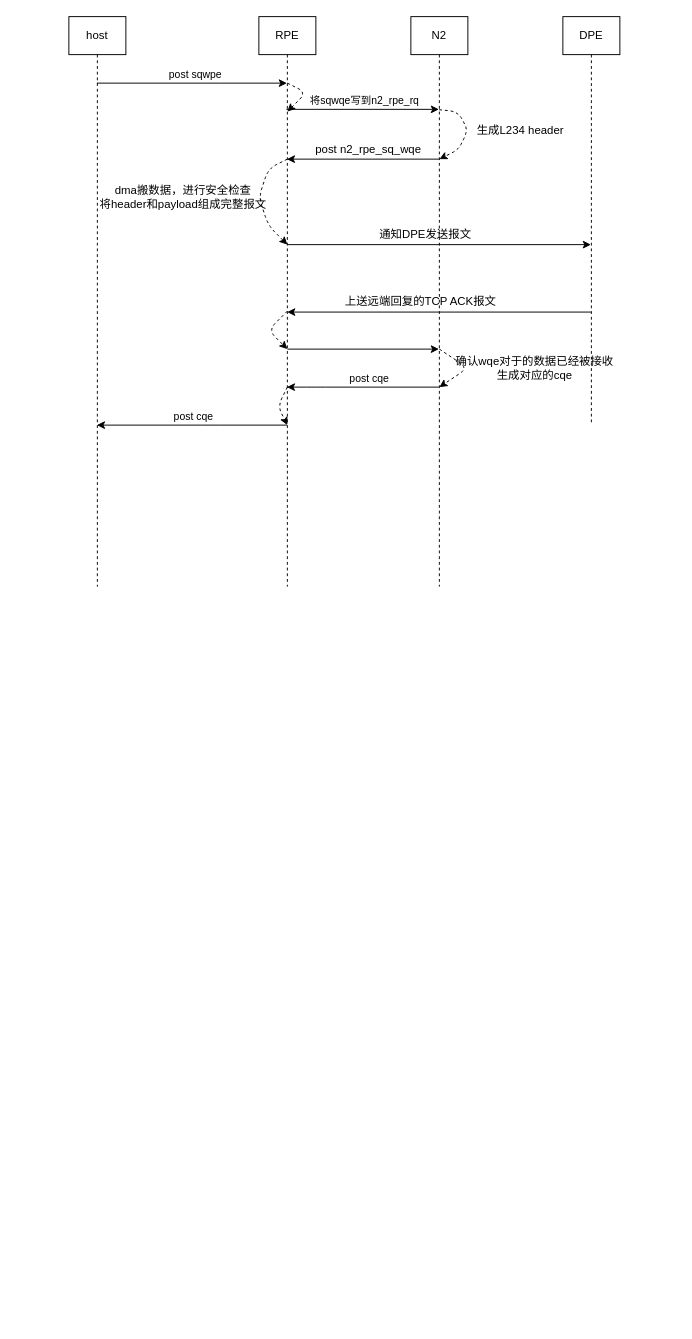
The draw.io diagram Untitled Diagram.drawio in huazhongtan/nvim_config, before the edit. Source tidied: cells renumbered, new cells numbered last; positions are measured from the earlier drawing's top-left corner, leaving out a move shared by most shapes. Both pictures are drawn from the tidied source at 95%, with x=0, y=0 at pixel (68, 16).
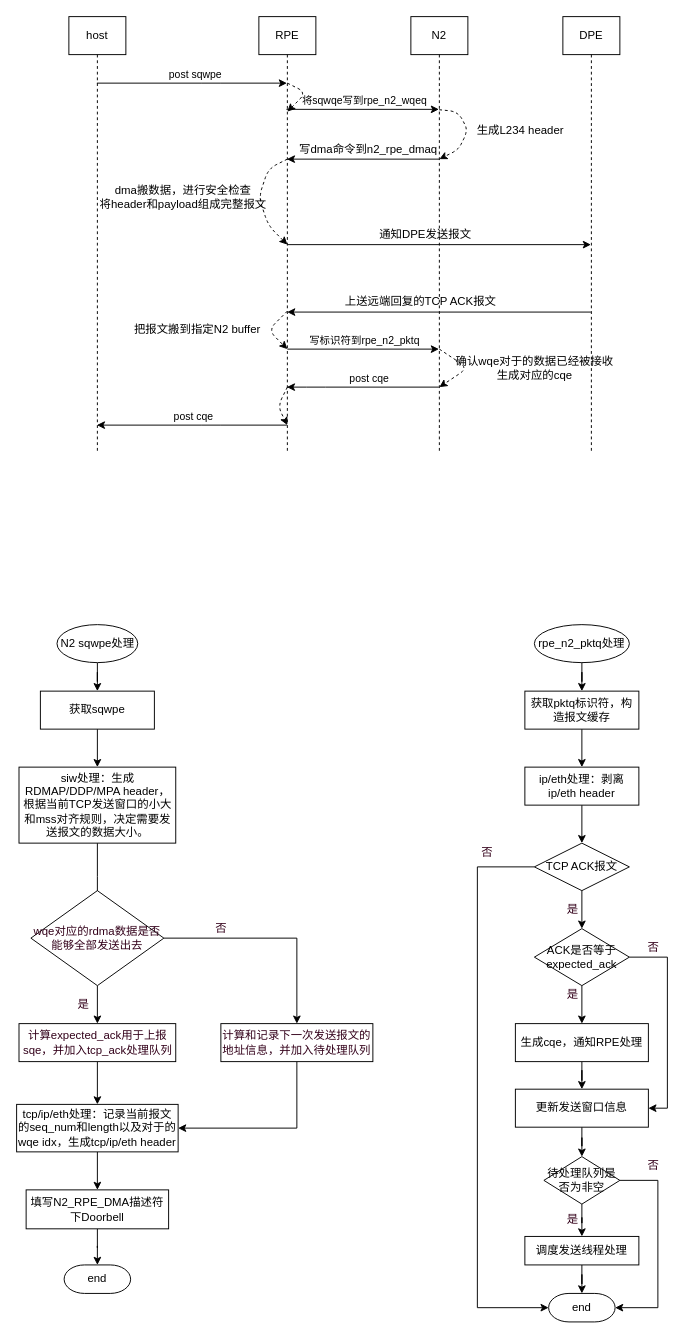
The same diagram, later.

Commit message:
iwarp flow 02

Unchanged cells that the change refers to:
```xml
<mxCell id="9" style="endArrow=classic;html=1;exitX=0.483;exitY=0.096;exitDx=0;exitDy=0;exitPerimeter=0;" parent="1" edge="1">
  <mxGeometry relative="1" as="geometry">
    <mxPoint x="229" y="97.6" as="sourcePoint" />
    <mxPoint x="389.5" y="97.6" as="targetPoint" />
  </mxGeometry>
</mxCell>
<mxCell id="23" style="endArrow=classic;html=1;" parent="1" edge="1">
  <mxGeometry relative="1" as="geometry">
    <mxPoint x="230" y="350" as="sourcePoint" />
    <mxPoint x="389.5" y="350" as="targetPoint" />
  </mxGeometry>
</mxCell>
```

Diff of the diagram source:
```diff
@@
     <mxCell id="2" value="host" style="shape=umlLifeline;perimeter=lifelinePerimeter;whiteSpace=wrap;html=1;outlineConnect=0;" parent="1" vertex="1">
-      <mxGeometry width="60" height="600" as="geometry" />
+      <mxGeometry width="60" height="460" as="geometry" />
     </mxCell>
     <mxCell id="3" value="RPE" style="shape=umlLifeline;perimeter=lifelinePerimeter;whiteSpace=wrap;html=1;outlineConnect=0;" parent="1" vertex="1">
-      <mxGeometry x="200" width="60" height="600" as="geometry" />
+      <mxGeometry x="200" width="60" height="460" as="geometry" />
     </mxCell>
@@
     <mxCell id="5" value="N2" style="shape=umlLifeline;perimeter=lifelinePerimeter;whiteSpace=wrap;html=1;outlineConnect=0;" parent="1" vertex="1">
-      <mxGeometry x="360" width="60" height="600" as="geometry" />
+      <mxGeometry x="360" width="60" height="460" as="geometry" />
     </mxCell>
@@
-    <mxCell id="10" value="将sqwqe写到n2_rpe_rq" style="edgeLabel;html=1;align=center;verticalAlign=middle;" parent="9" vertex="1">
+    <mxCell id="10" value="将sqwqe写到rpe_n2_wqeq" style="edgeLabel;html=1;align=center;verticalAlign=middle;" parent="9" vertex="1">
       <mxGeometry x="-0.21" relative="1" as="geometry">
         <mxPoint x="18" y="-9" as="offset" />
       </mxGeometry>
     </mxCell>
     <mxCell id="11" value="DPE" style="shape=umlLifeline;perimeter=lifelinePerimeter;whiteSpace=wrap;html=1;outlineConnect=0;" parent="1" vertex="1">
-      <mxGeometry x="520" width="60" height="430" as="geometry" />
+      <mxGeometry x="520" width="60" height="460" as="geometry" />
     </mxCell>
@@
-    <mxCell id="16" value="post n2_rpe_sq_wqe" style="text;html=1;align=center;verticalAlign=middle;strokeColor=none;" parent="1" vertex="1">
-      <mxGeometry x="250" y="130" width="130" height="20" as="geometry" />
+    <mxCell id="16" value="写dma命令到n2_rpe_dmaq" style="text;html=1;align=center;verticalAlign=middle;strokeColor=none;" parent="1" vertex="1">
+      <mxGeometry x="235" y="130" width="160" height="20" as="geometry" />
     </mxCell>
@@
+    <mxCell id="32" value="写标识符到rpe_n2_pktq" style="edgeLabel;html=1;align=center;verticalAlign=middle;" parent="23" vertex="1">
+      <mxGeometry x="-0.39" y="1" relative="1" as="geometry">
+        <mxPoint x="31" y="-9" as="offset" />
+      </mxGeometry>
+    </mxCell>
@@
+    <mxCell id="33" value="把报文搬到指定N2 buffer" style="text;html=1;align=center;verticalAlign=middle;strokeColor=none;" parent="1" vertex="1">
+      <mxGeometry x="60" y="320" width="150" height="20" as="geometry" />
+    </mxCell>
+    <mxCell id="34" style="edgeStyle=orthogonalEdgeStyle;rounded=0;jettySize=auto;html=1;strokeWidth=1;" parent="1" edge="1" source="35" target="37">
+      <mxGeometry relative="1" as="geometry" />
+    </mxCell>
+    <mxCell id="35" value="N2 sqwpe处理" style="strokeWidth=1;html=1;shape=mxgraph.flowchart.start_1;whiteSpace=wrap;" parent="1" vertex="1">
+      <mxGeometry x="-12.5" y="640" width="85" height="40" as="geometry" />
+    </mxCell>
+    <mxCell id="36" style="edgeStyle=orthogonalEdgeStyle;rounded=0;jettySize=auto;html=1;strokeWidth=1;" parent="1" edge="1" source="37" target="39">
+      <mxGeometry relative="1" as="geometry" />
+    </mxCell>
+    <mxCell id="37" value="获取sqwpe" style="rounded=0;whiteSpace=wrap;html=1;absoluteArcSize=1;arcSize=14;strokeWidth=1;align=center;" parent="1" vertex="1">
+      <mxGeometry x="-30" y="710" width="120" height="40" as="geometry" />
+    </mxCell>
+    <mxCell id="38" style="edgeStyle=orthogonalEdgeStyle;rounded=0;jettySize=auto;html=1;strokeWidth=1;" parent="1" edge="1" source="39">
+      <mxGeometry relative="1" as="geometry">
+        <mxPoint x="30" y="940" as="targetPoint" />
+      </mxGeometry>
+    </mxCell>
+    <mxCell id="39" value="siw处理：生成RDMAP/DDP/MPA header，根据当前TCP发送窗口的小大和mss对齐规则，决定需要发送报文的数据大小。" style="rounded=0;whiteSpace=wrap;html=1;absoluteArcSize=1;arcSize=14;strokeWidth=1;align=center;" parent="1" vertex="1">
+      <mxGeometry x="-52.5" y="790" width="165" height="80" as="geometry" />
+    </mxCell>
+    <mxCell id="40" style="edgeStyle=orthogonalEdgeStyle;rounded=0;jettySize=auto;html=1;strokeWidth=1;" parent="1" edge="1" source="41" target="43">
+      <mxGeometry relative="1" as="geometry" />
+    </mxCell>
+    <mxCell id="41" value="tcp/ip/eth处理：记录当前报文的seq_num和length以及对于的wqe idx，生成tcp/ip/eth header" style="rounded=0;whiteSpace=wrap;html=1;absoluteArcSize=1;arcSize=14;strokeWidth=1;align=center;" parent="1" vertex="1">
+      <mxGeometry x="-55" y="1145" width="170" height="50" as="geometry" />
+    </mxCell>
+    <mxCell id="42" style="edgeStyle=orthogonalEdgeStyle;rounded=0;jettySize=auto;html=1;strokeWidth=1;" parent="1" edge="1" source="43" target="44">
+      <mxGeometry relative="1" as="geometry" />
+    </mxCell>
+    <mxCell id="43" value="填写N2_RPE_DMA描述符&lt;br&gt;下Doorbell" style="rounded=0;whiteSpace=wrap;html=1;absoluteArcSize=1;arcSize=14;strokeWidth=1;align=center;" parent="1" vertex="1">
+      <mxGeometry x="-45" y="1235" width="150" height="41" as="geometry" />
+    </mxCell>
+    <mxCell id="44" value="end" style="strokeWidth=1;html=1;shape=mxgraph.flowchart.terminator;whiteSpace=wrap;align=center;" parent="1" vertex="1">
+      <mxGeometry x="-5" y="1314" width="70" height="30" as="geometry" />
+    </mxCell>
+    <mxCell id="45" style="edgeStyle=orthogonalEdgeStyle;rounded=0;jettySize=auto;html=1;fontColor=#33001A;strokeWidth=1;" parent="1" edge="1" source="46" target="57">
+      <mxGeometry relative="1" as="geometry" />
+    </mxCell>
+    <mxCell id="46" value="rpe_n2_pktq处理" style="strokeWidth=1;html=1;shape=mxgraph.flowchart.start_1;whiteSpace=wrap;align=center;" parent="1" vertex="1">
+      <mxGeometry x="490" y="640" width="100" height="40" as="geometry" />
+    </mxCell>
+    <mxCell id="47" style="edgeStyle=orthogonalEdgeStyle;rounded=0;jettySize=auto;html=1;fontColor=#33001A;strokeWidth=1;exitX=0.5;exitY=1;exitDx=0;exitDy=0;exitPerimeter=0;" parent="1" edge="1" source="49" target="51">
+      <mxGeometry relative="1" as="geometry" />
+    </mxCell>
+    <mxCell id="48" style="edgeStyle=orthogonalEdgeStyle;rounded=0;jettySize=auto;html=1;fontColor=#33001A;entryX=0.5;entryY=0;entryDx=0;entryDy=0;strokeWidth=1;exitX=1;exitY=0.5;exitDx=0;exitDy=0;exitPerimeter=0;" parent="1" edge="1" source="49" target="53">
+      <mxGeometry relative="1" as="geometry" />
+    </mxCell>
+    <mxCell id="49" value="wqe对应的rdma数据是否能够全部发送出去" style="strokeWidth=1;html=1;shape=mxgraph.flowchart.decision;whiteSpace=wrap;align=center;fontColor=#33001A;fontStyle=0;" parent="1" vertex="1">
+      <mxGeometry x="-40" y="920" width="140" height="100" as="geometry" />
+    </mxCell>
+    <mxCell id="50" style="edgeStyle=orthogonalEdgeStyle;rounded=0;jettySize=auto;html=1;fontColor=#33001A;strokeWidth=1;" parent="1" edge="1" source="51" target="41">
+      <mxGeometry relative="1" as="geometry" />
+    </mxCell>
+    <mxCell id="51" value="计算expected_ack用于上报sqe，并加入tcp_ack处理队列" style="rounded=0;whiteSpace=wrap;html=1;absoluteArcSize=1;arcSize=14;strokeWidth=1;fontColor=#33001A;align=center;" parent="1" vertex="1">
+      <mxGeometry x="-52.5" y="1060" width="165" height="40" as="geometry" />
+    </mxCell>
+    <mxCell id="52" style="edgeStyle=orthogonalEdgeStyle;rounded=0;jettySize=auto;html=1;entryX=1;entryY=0.5;entryDx=0;entryDy=0;fontColor=#33001A;exitX=0.5;exitY=1;exitDx=0;exitDy=0;strokeWidth=1;" parent="1" edge="1" source="53" target="41">
+      <mxGeometry relative="1" as="geometry" />
+    </mxCell>
+    <mxCell id="53" value="计算和记录下一次发送报文的地址信息，并加入待处理队列" style="whiteSpace=wrap;html=1;fontColor=#33001A;fontStyle=0;strokeWidth=1;" parent="1" vertex="1">
+      <mxGeometry x="160" y="1060" width="160" height="40" as="geometry" />
+    </mxCell>
+    <mxCell id="54" value="是" style="text;html=1;align=center;verticalAlign=middle;strokeColor=none;fontColor=#33001A;" parent="1" vertex="1">
+      <mxGeometry y="1030" width="30" height="20" as="geometry" />
+    </mxCell>
+    <mxCell id="55" value="否" style="text;html=1;align=center;verticalAlign=middle;strokeColor=none;fontColor=#33001A;" parent="1" vertex="1">
+      <mxGeometry x="145" y="950" width="30" height="20" as="geometry" />
+    </mxCell>
+    <mxCell id="56" style="edgeStyle=orthogonalEdgeStyle;rounded=0;jettySize=auto;html=1;fontColor=#33001A;strokeWidth=1;" parent="1" edge="1" source="57" target="59">
+      <mxGeometry relative="1" as="geometry" />
+    </mxCell>
+    <mxCell id="57" value="获取pktq标识符，构造报文缓存" style="whiteSpace=wrap;html=1;strokeWidth=1;" parent="1" vertex="1">
+      <mxGeometry x="480" y="710" width="120" height="40" as="geometry" />
+    </mxCell>
+    <mxCell id="58" style="edgeStyle=orthogonalEdgeStyle;rounded=0;jettySize=auto;html=1;fontColor=#33001A;strokeWidth=1;" parent="1" edge="1" source="59" target="62">
+      <mxGeometry relative="1" as="geometry" />
+    </mxCell>
+    <mxCell id="59" value="ip/eth处理：剥离ip/eth header" style="whiteSpace=wrap;html=1;strokeWidth=1;" parent="1" vertex="1">
+      <mxGeometry x="480" y="790" width="120" height="40" as="geometry" />
+    </mxCell>
+    <mxCell id="60" style="edgeStyle=orthogonalEdgeStyle;rounded=0;jettySize=auto;html=1;fontColor=#33001A;strokeWidth=1;" parent="1" edge="1" source="62" target="65">
+      <mxGeometry relative="1" as="geometry" />
+    </mxCell>
+    <mxCell id="61" style="edgeStyle=orthogonalEdgeStyle;rounded=0;jettySize=auto;html=1;entryX=0;entryY=0.5;entryDx=0;entryDy=0;entryPerimeter=0;fontColor=#33001A;strokeWidth=1;exitX=0;exitY=0.5;exitDx=0;exitDy=0;" parent="1" edge="1" source="62" target="75">
+      <mxGeometry relative="1" as="geometry">
+        <Array as="points">
+          <mxPoint x="430" y="895" />
+          <mxPoint x="430" y="1359" />
+        </Array>
+      </mxGeometry>
+    </mxCell>
+    <mxCell id="62" value="TCP ACK报文" style="rhombus;whiteSpace=wrap;html=1;strokeWidth=1;" parent="1" vertex="1">
+      <mxGeometry x="490" y="870" width="100" height="50" as="geometry" />
+    </mxCell>
+    <mxCell id="63" style="edgeStyle=orthogonalEdgeStyle;rounded=0;jettySize=auto;html=1;fontColor=#33001A;strokeWidth=1;" parent="1" edge="1" source="65" target="67">
+      <mxGeometry relative="1" as="geometry" />
+    </mxCell>
+    <mxCell id="64" style="edgeStyle=orthogonalEdgeStyle;rounded=0;jettySize=auto;html=1;entryX=1;entryY=0.5;entryDx=0;entryDy=0;fontColor=#33001A;strokeWidth=1;exitX=1;exitY=0.5;exitDx=0;exitDy=0;" parent="1" edge="1" source="65" target="69">
+      <mxGeometry relative="1" as="geometry" />
+    </mxCell>
+    <mxCell id="65" value="ACK是否等于expected_ack" style="rhombus;whiteSpace=wrap;html=1;strokeWidth=1;" parent="1" vertex="1">
+      <mxGeometry x="490" y="960" width="100" height="60" as="geometry" />
+    </mxCell>
+    <mxCell id="66" style="edgeStyle=orthogonalEdgeStyle;rounded=0;jettySize=auto;html=1;fontColor=#33001A;strokeWidth=1;" parent="1" edge="1" source="67" target="69">
+      <mxGeometry relative="1" as="geometry" />
+    </mxCell>
+    <mxCell id="67" value="生成cqe，通知RPE处理" style="whiteSpace=wrap;html=1;strokeWidth=1;" parent="1" vertex="1">
+      <mxGeometry x="470" y="1060" width="140" height="40" as="geometry" />
+    </mxCell>
+    <mxCell id="68" style="edgeStyle=orthogonalEdgeStyle;rounded=0;jettySize=auto;html=1;fontColor=#33001A;strokeWidth=1;" parent="1" edge="1" source="69" target="72">
+      <mxGeometry relative="1" as="geometry" />
+    </mxCell>
+    <mxCell id="69" value="更新发送窗口信息" style="whiteSpace=wrap;html=1;strokeWidth=1;" parent="1" vertex="1">
+      <mxGeometry x="470" y="1129" width="140" height="40" as="geometry" />
+    </mxCell>
+    <mxCell id="70" style="edgeStyle=orthogonalEdgeStyle;rounded=0;jettySize=auto;html=1;fontColor=#33001A;strokeWidth=1;" parent="1" edge="1" source="72" target="74">
+      <mxGeometry relative="1" as="geometry" />
+    </mxCell>
+    <mxCell id="71" style="edgeStyle=orthogonalEdgeStyle;rounded=0;jettySize=auto;html=1;entryX=1;entryY=0.5;entryDx=0;entryDy=0;entryPerimeter=0;fontColor=#33001A;strokeWidth=1;exitX=1;exitY=0.5;exitDx=0;exitDy=0;" parent="1" edge="1" source="72" target="75">
+      <mxGeometry relative="1" as="geometry">
+        <Array as="points">
+          <mxPoint x="620" y="1225" />
+          <mxPoint x="620" y="1359" />
+        </Array>
+      </mxGeometry>
+    </mxCell>
+    <mxCell id="72" value="待处理队列是否为非空" style="rhombus;whiteSpace=wrap;html=1;strokeWidth=1;" parent="1" vertex="1">
+      <mxGeometry x="500" y="1200" width="80" height="50" as="geometry" />
+    </mxCell>
+    <mxCell id="73" style="edgeStyle=orthogonalEdgeStyle;rounded=0;jettySize=auto;html=1;fontColor=#33001A;strokeWidth=1;entryX=0.5;entryY=0;entryDx=0;entryDy=0;entryPerimeter=0;" parent="1" edge="1" source="74" target="75">
+      <mxGeometry relative="1" as="geometry" />
+    </mxCell>
+    <mxCell id="74" value="调度发送线程处理" style="whiteSpace=wrap;html=1;strokeWidth=1;" parent="1" vertex="1">
+      <mxGeometry x="480" y="1284" width="120" height="30" as="geometry" />
+    </mxCell>
+    <mxCell id="75" value="end" style="strokeWidth=1;html=1;shape=mxgraph.flowchart.terminator;whiteSpace=wrap;align=center;" parent="1" vertex="1">
+      <mxGeometry x="505" y="1344" width="70" height="30" as="geometry" />
+    </mxCell>
+    <mxCell id="76" value="是" style="text;html=1;align=center;verticalAlign=middle;strokeColor=none;fontColor=#33001A;strokeWidth=1;" parent="1" vertex="1">
+      <mxGeometry x="515" y="930" width="30" height="20" as="geometry" />
+    </mxCell>
+    <mxCell id="77" value="是" style="text;html=1;align=center;verticalAlign=middle;strokeColor=none;fontColor=#33001A;strokeWidth=1;" parent="1" vertex="1">
+      <mxGeometry x="515" y="1020" width="30" height="20" as="geometry" />
+    </mxCell>
+    <mxCell id="78" value="是" style="text;html=1;align=center;verticalAlign=middle;strokeColor=none;fontColor=#33001A;strokeWidth=1;" parent="1" vertex="1">
+      <mxGeometry x="515" y="1256" width="30" height="20" as="geometry" />
+    </mxCell>
+    <mxCell id="79" value="否" style="text;html=1;align=center;verticalAlign=middle;strokeColor=none;fontColor=#33001A;strokeWidth=1;" parent="1" vertex="1">
+      <mxGeometry x="600" y="1200" width="30" height="20" as="geometry" />
+    </mxCell>
+    <mxCell id="80" value="否" style="text;html=1;align=center;verticalAlign=middle;strokeColor=none;fontColor=#33001A;strokeWidth=1;" parent="1" vertex="1">
+      <mxGeometry x="600" y="970" width="30" height="20" as="geometry" />
+    </mxCell>
+    <mxCell id="81" value="否" style="text;html=1;align=center;verticalAlign=middle;strokeColor=none;fontColor=#33001A;strokeWidth=1;" parent="1" vertex="1">
+      <mxGeometry x="425" y="870" width="30" height="20" as="geometry" />
+    </mxCell>
```
